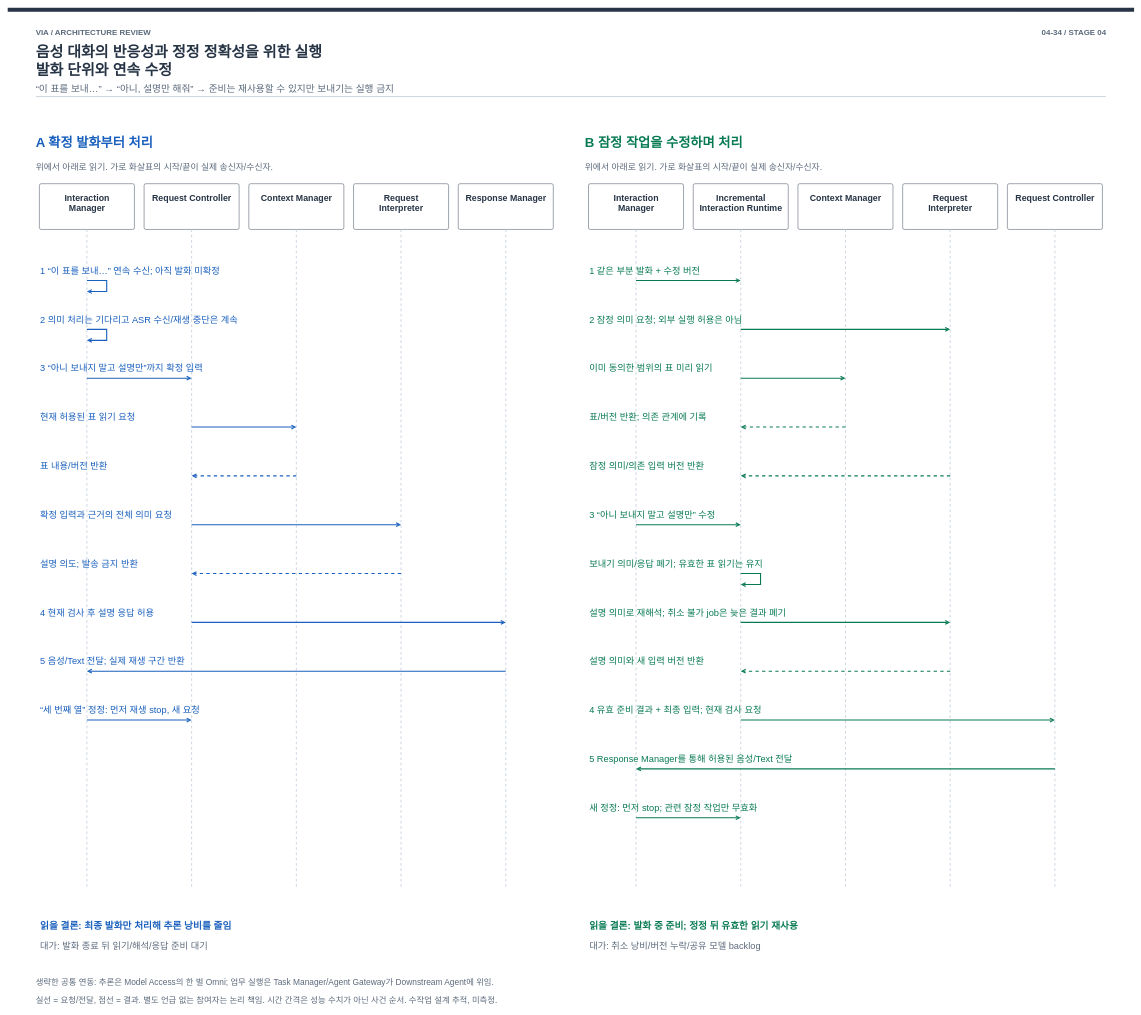
cbyche/via-sw-architecture keeps this draw.io diagram as docs/architecture/12-decisions/decision-packages/diagrams/choice34-event.drawio. Above is the earlier version. Source tidied: cells renumbered, new cells numbered last; positions are measured from the earlier drawing's top-left corner, leaving out a move shared by most shapes. Both pictures are drawn from the tidied source at 44%, with x=0, y=0 at pixel (7, 7).
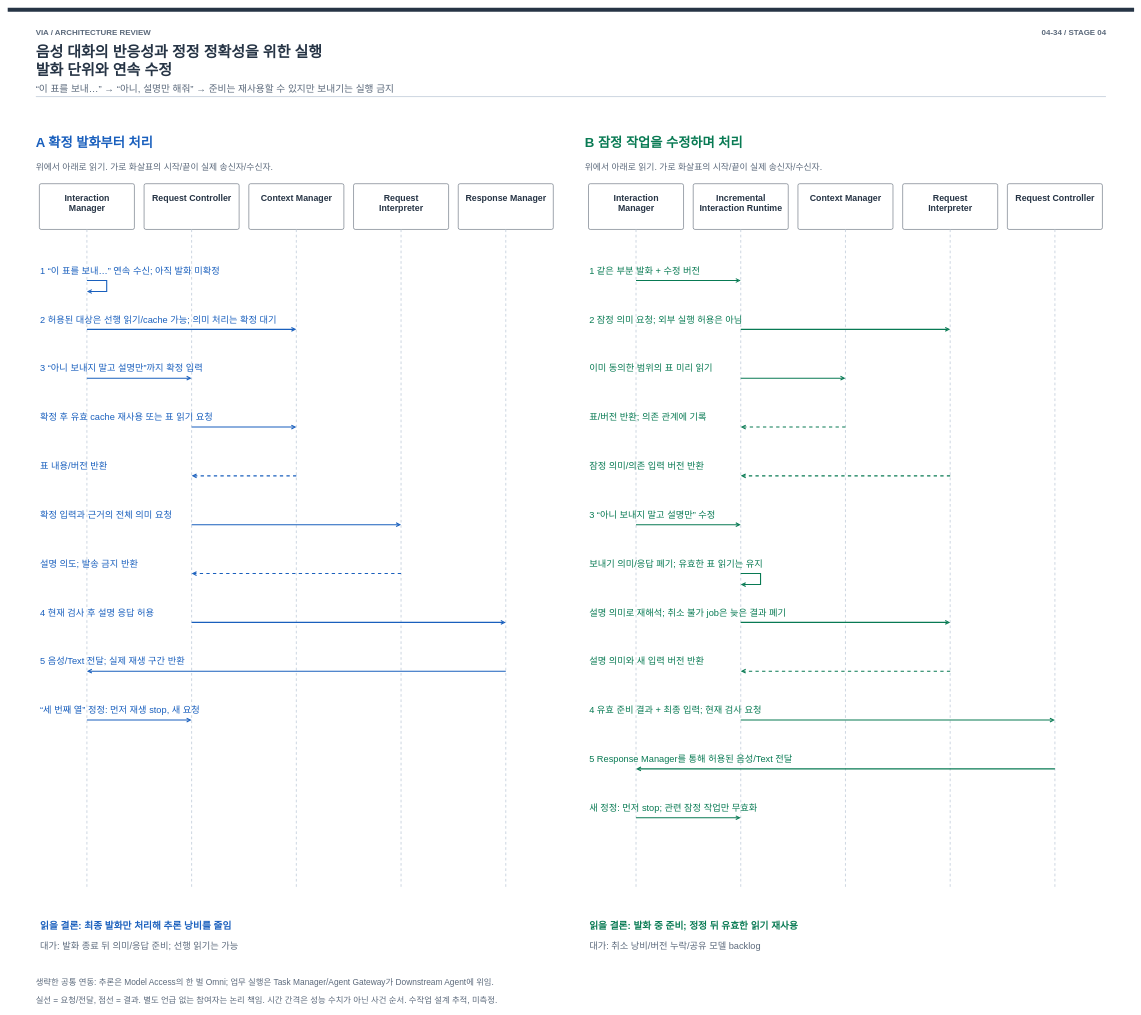
The same diagram, later.

The edit, as a diff of the source:
```diff
@@
     <mxCell id="20" style="edgeStyle=none;rounded=0;strokeColor=#195FBD;strokeWidth=2.5;endArrow=open;endFill=0;" parent="1" edge="1">
       <mxGeometry relative="1" as="geometry">
         <mxPoint x="180" y="731" as="sourcePoint" />
-        <mxPoint x="180" y="756" as="targetPoint" />
-        <Array as="points">
-          <mxPoint x="225" y="731" />
-          <mxPoint x="225" y="756" />
-        </Array>
+        <mxPoint x="656" y="731" as="targetPoint" />
       </mxGeometry>
     </mxCell>
@@
-    <mxCell id="58" value="2  의미 처리는 기다리고 ASR 수신/재생 중단은 계속" style="text;html=1;whiteSpace=nowrap;overflow=visible;strokeColor=none;fillColor=none;labelBackgroundColor=none;fontColor=#195FBD;fontSize=21;fontStyle=0;align=left;verticalAlign=top;spacing=0;" parent="1" vertex="1">
-      <mxGeometry x="74" y="691" width="555.3" height="34.4" as="geometry" />
+    <mxCell id="58" value="2  허용된 대상은 선행 읽기/cache 가능; 의미 처리는 확정 대기" style="text;html=1;whiteSpace=nowrap;overflow=visible;strokeColor=none;fillColor=none;labelBackgroundColor=none;fontColor=#195FBD;fontSize=21;fontStyle=0;align=left;verticalAlign=top;spacing=0;" parent="1" vertex="1">
+      <mxGeometry x="74" y="691" width="683.4" height="34.4" as="geometry" />
     </mxCell>
@@
-    <mxCell id="60" value="현재 허용된 표 읽기 요청" style="text;html=1;whiteSpace=nowrap;overflow=visible;strokeColor=none;fillColor=none;labelBackgroundColor=none;fontColor=#195FBD;fontSize=21;fontStyle=0;align=left;verticalAlign=top;spacing=0;" parent="1" vertex="1">
-      <mxGeometry x="74" y="913" width="270.1" height="34.4" as="geometry" />
+    <mxCell id="60" value="확정 후 유효 cache 재사용 또는 표 읽기 요청" style="text;html=1;whiteSpace=nowrap;overflow=visible;strokeColor=none;fillColor=none;labelBackgroundColor=none;fontColor=#195FBD;fontSize=21;fontStyle=0;align=left;verticalAlign=top;spacing=0;" parent="1" vertex="1">
+      <mxGeometry x="74" y="913" width="492.3" height="34.4" as="geometry" />
     </mxCell>
@@
-    <mxCell id="68" value="대가: 발화 종료 뒤 읽기/해석/응답 준비 대기" style="text;html=1;whiteSpace=nowrap;overflow=visible;strokeColor=none;fillColor=none;labelBackgroundColor=none;fontColor=#5B697B;fontSize=21;fontStyle=0;align=left;verticalAlign=top;spacing=0;" parent="1" vertex="1">
-      <mxGeometry x="74" y="2115" width="482.2" height="34.4" as="geometry" />
+    <mxCell id="68" value="대가: 발화 종료 뒤 의미/응답 준비; 선행 읽기는 가능" style="text;html=1;whiteSpace=nowrap;overflow=visible;strokeColor=none;fillColor=none;labelBackgroundColor=none;fontColor=#5B697B;fontSize=21;fontStyle=0;align=left;verticalAlign=top;spacing=0;" parent="1" vertex="1">
+      <mxGeometry x="74" y="2115" width="571.2" height="34.4" as="geometry" />
     </mxCell>
```
